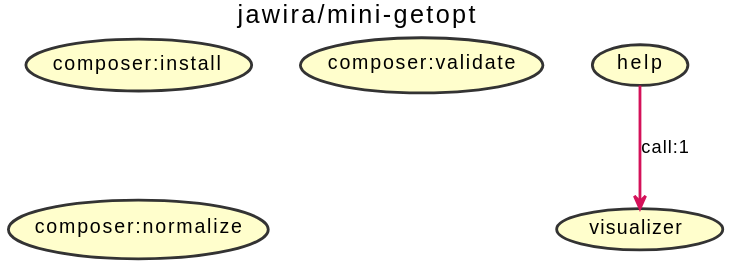
Before: build.svg, a diagram exported from PlantUML (jawira/mini-getopt). Source of this version:
```plantuml
@startuml
title
jawira/mini-getopt
end title

top to bottom direction

skinparam Shadowing false
skinparam ArrowFontColor Black
skinparam ArrowThickness 2
skinparam UseCaseBackgroundColor #FFFECC
skinparam UseCaseBorderColor #333333
skinparam UseCaseBorderThickness 2
skinparam UseCaseFontColor Black


(help) -[#D41159]-> (visualizer) : call:1
(composer:install)
(composer:validate)
(composer:normalize)
(help)
(visualizer)
@enduml
```
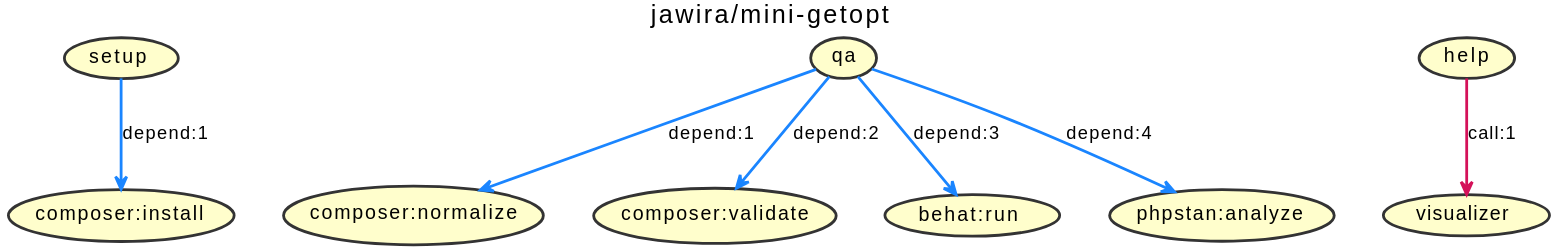
After the commit.

Change to the diagram source:
```diff
@@ -14,10 +14,19 @@
 skinparam UseCaseFontColor Black
 
 
+(setup) -[#1A85FF]-> (composer:install) : depend:1
+(qa) -[#1A85FF]-> (composer:normalize) : depend:1
+(qa) -[#1A85FF]-> (composer:validate) : depend:2
+(qa) -[#1A85FF]-> (behat:run) : depend:3
+(qa) -[#1A85FF]-> (phpstan:analyze) : depend:4
 (help) -[#D41159]-> (visualizer) : call:1
+(setup)
+(qa)
 (composer:install)
 (composer:validate)
 (composer:normalize)
+(behat:run)
+(phpstan:analyze)
 (help)
 (visualizer)
 @enduml
```
